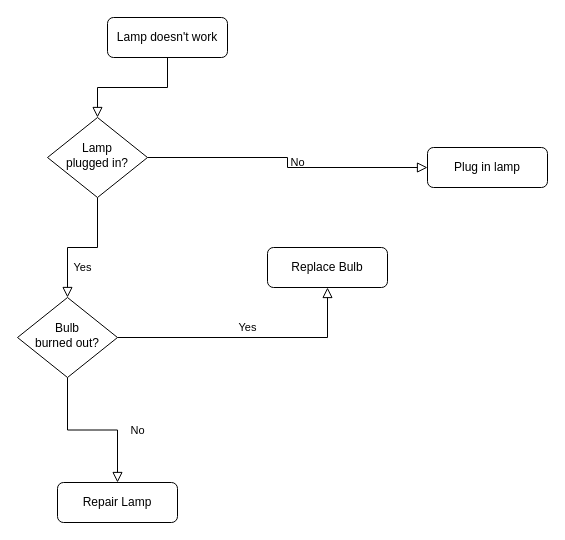
Earlier version of the draw.io diagram Untitled Diagram.drawio (hiyangguo/diagrams.net). Source tidied: cells renumbered, new cells numbered last; positions are measured from the earlier drawing's top-left corner, leaving out a move shared by most shapes. Both pictures are drawn from the tidied source at 100%, with x=0, y=0 at pixel (17, 17).
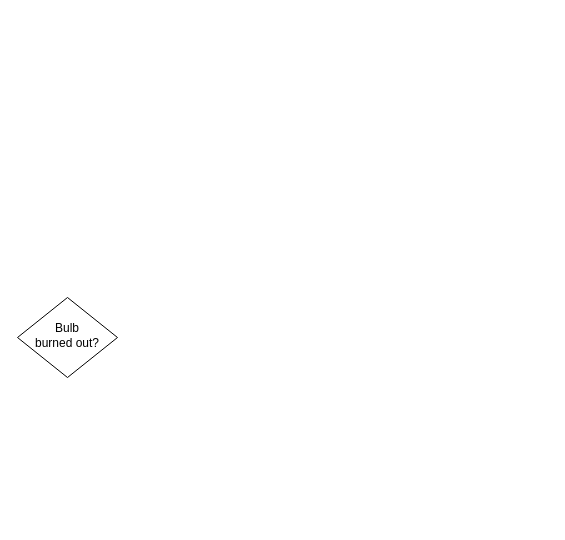
After the change.

What changed in the source:
```diff
@@
 <mxGraphModel>
   <root>
     <mxCell id="0" />
     <mxCell id="1" parent="0" />
-    <mxCell id="2" style="rounded=0;html=1;jettySize=auto;fontSize=11;endArrow=block;endFill=0;endSize=8;strokeWidth=1;shadow=0;labelBackgroundColor=none;edgeStyle=orthogonalEdgeStyle;" parent="1" edge="1" source="3" target="6">
-      <mxGeometry relative="1" as="geometry" />
-    </mxCell>
-    <mxCell id="3" value="Lamp doesn't work" style="rounded=1;whiteSpace=wrap;html=1;fontSize=12;glass=0;strokeWidth=1;shadow=0;" parent="1" vertex="1">
-      <mxGeometry x="90" width="120" height="40" as="geometry" />
-    </mxCell>
-    <mxCell id="4" value="Yes" style="rounded=0;html=1;jettySize=auto;fontSize=11;endArrow=block;endFill=0;endSize=8;strokeWidth=1;shadow=0;labelBackgroundColor=none;edgeStyle=orthogonalEdgeStyle;" parent="1" edge="1" source="6" target="10">
-      <mxGeometry y="20" relative="1" as="geometry" />
-    </mxCell>
-    <mxCell id="5" value="No" style="edgeStyle=orthogonalEdgeStyle;rounded=0;html=1;jettySize=auto;fontSize=11;endArrow=block;endFill=0;endSize=8;strokeWidth=1;shadow=0;labelBackgroundColor=none;" parent="1" edge="1" source="6" target="7">
-      <mxGeometry y="10" relative="1" as="geometry" />
-    </mxCell>
-    <mxCell id="6" value="Lamp&lt;br&gt;plugged in?" style="rhombus;whiteSpace=wrap;html=1;shadow=0;fontFamily=Helvetica;fontSize=12;align=center;strokeWidth=1;spacing=6;spacingTop=-4;" parent="1" vertex="1">
-      <mxGeometry x="30" y="100" width="100" height="80" as="geometry" />
-    </mxCell>
-    <mxCell id="7" value="Plug in lamp" style="rounded=1;whiteSpace=wrap;html=1;fontSize=12;glass=0;strokeWidth=1;shadow=0;" parent="1" vertex="1">
-      <mxGeometry x="410" y="130" width="120" height="40" as="geometry" />
-    </mxCell>
-    <mxCell id="8" value="No" style="rounded=0;html=1;jettySize=auto;fontSize=11;endArrow=block;endFill=0;endSize=8;strokeWidth=1;shadow=0;labelBackgroundColor=none;edgeStyle=orthogonalEdgeStyle;" parent="1" edge="1" source="10" target="11">
-      <mxGeometry x="0.33" y="20" relative="1" as="geometry" />
-    </mxCell>
-    <mxCell id="9" value="Yes" style="edgeStyle=orthogonalEdgeStyle;rounded=0;html=1;jettySize=auto;fontSize=11;endArrow=block;endFill=0;endSize=8;strokeWidth=1;shadow=0;labelBackgroundColor=none;" parent="1" edge="1" source="10" target="12">
-      <mxGeometry y="10" relative="1" as="geometry" />
-    </mxCell>
     <mxCell id="10" value="Bulb&lt;br&gt;burned out?" style="rhombus;whiteSpace=wrap;html=1;shadow=0;fontFamily=Helvetica;fontSize=12;align=center;strokeWidth=1;spacing=6;spacingTop=-4;" parent="1" vertex="1">
       <mxGeometry y="280" width="100" height="80" as="geometry" />
     </mxCell>
-    <mxCell id="11" value="Repair Lamp" style="rounded=1;whiteSpace=wrap;html=1;fontSize=12;glass=0;strokeWidth=1;shadow=0;" parent="1" vertex="1">
-      <mxGeometry x="40" y="465" width="120" height="40" as="geometry" />
-    </mxCell>
-    <mxCell id="12" value="Replace Bulb" style="rounded=1;whiteSpace=wrap;html=1;fontSize=12;glass=0;strokeWidth=1;shadow=0;" parent="1" vertex="1">
-      <mxGeometry x="250" y="230" width="120" height="40" as="geometry" />
-    </mxCell>
   </root>
 </mxGraphModel>
```
